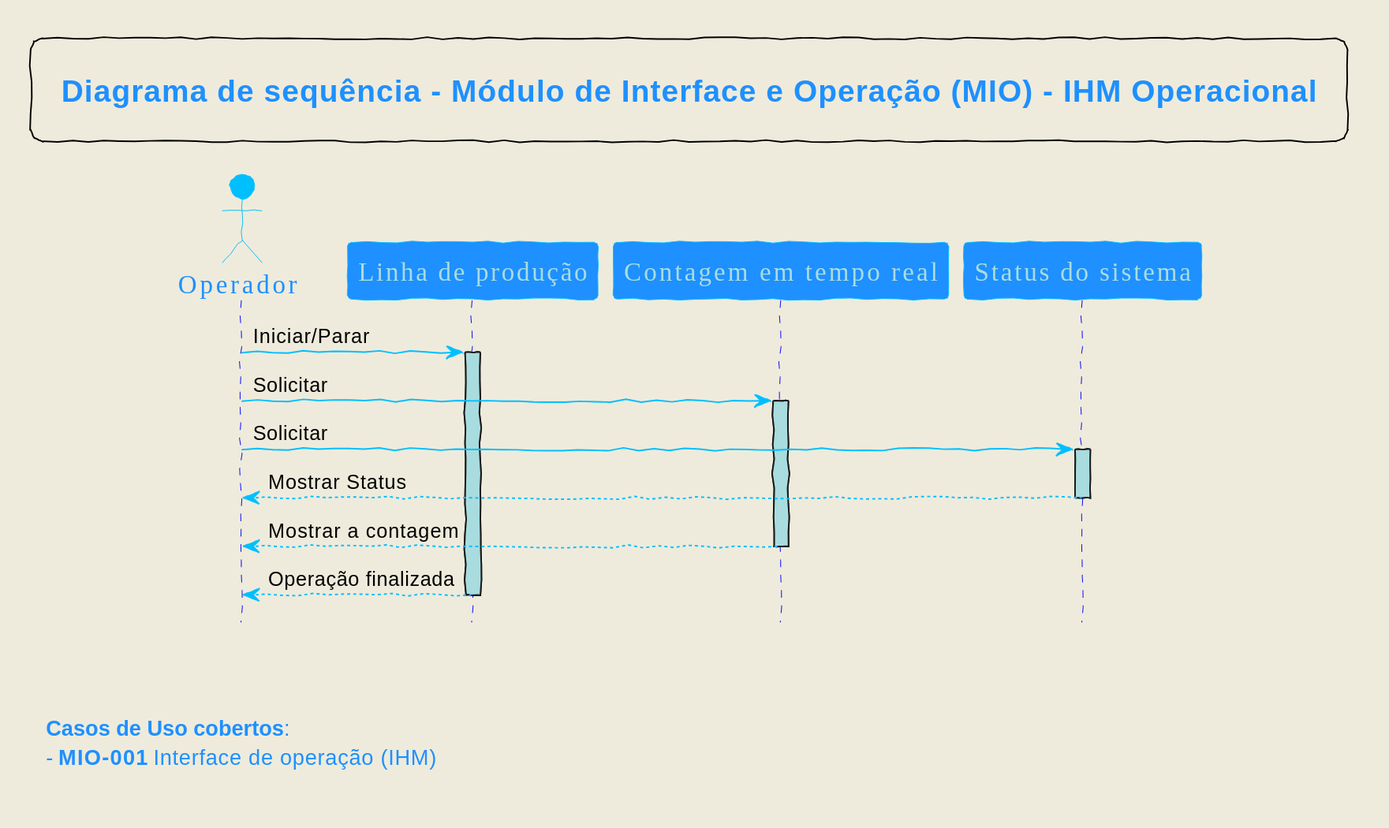
This is diagramas_svg/DS-IHM-002.svg from Embrapac/diagramas, a PlantUML export, as it was before one commit.
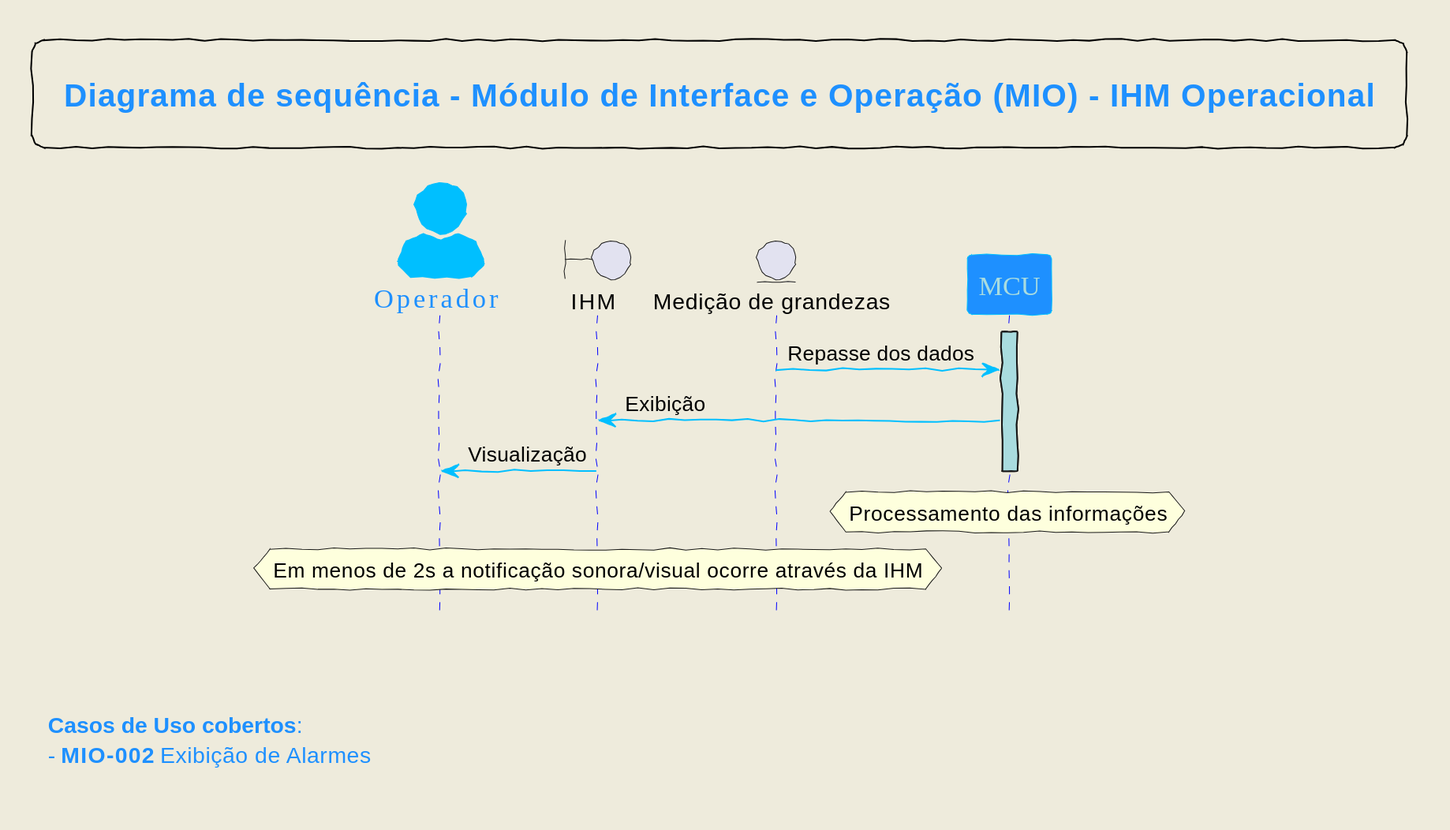
After the change.

Diff of the diagram source:
```diff
@@ -1,29 +1,21 @@
 @startuml
 !include DEFS.puml
 
-actor Operador
-participant "Linha de produção" as A
-participant "Contagem em tempo real" as B
-participant "Status do sistema" as C
+actor "Operador"
+boundary "IHM"
+entity "Medição de grandezas" as MG
+participant "MCU"
 
 
-Operador -> A: Iniciar/Parar
-activate A
+activate MCU
+MG -> MCU: Repasse dos dados
+MCU -> IHM: Exibição
+IHM -> "Operador": Visualização
+deactivate MCU
 
-Operador -> B: Solicitar
-activate B
+hnote over MCU: Processamento das informações
 
-Operador-> C: Solicitar
-activate C
-
-C --> Operador: Mostrar Status
-deactivate C
-
-B --> Operador: Mostrar a contagem
-deactivate B
-
-A --> Operador: Operação finalizada
-deactivate A
+hnote over IHM: Em menos de 2s a notificação sonora/visual ocorre através da IHM
 
 
 
@@ -35,6 +27,6 @@
 
 
 **Casos de Uso cobertos**:
- - **MIO-001** Interface de operação (IHM)
+ - **MIO-002** Exibição de Alarmes
 end footer
 @enduml
```
